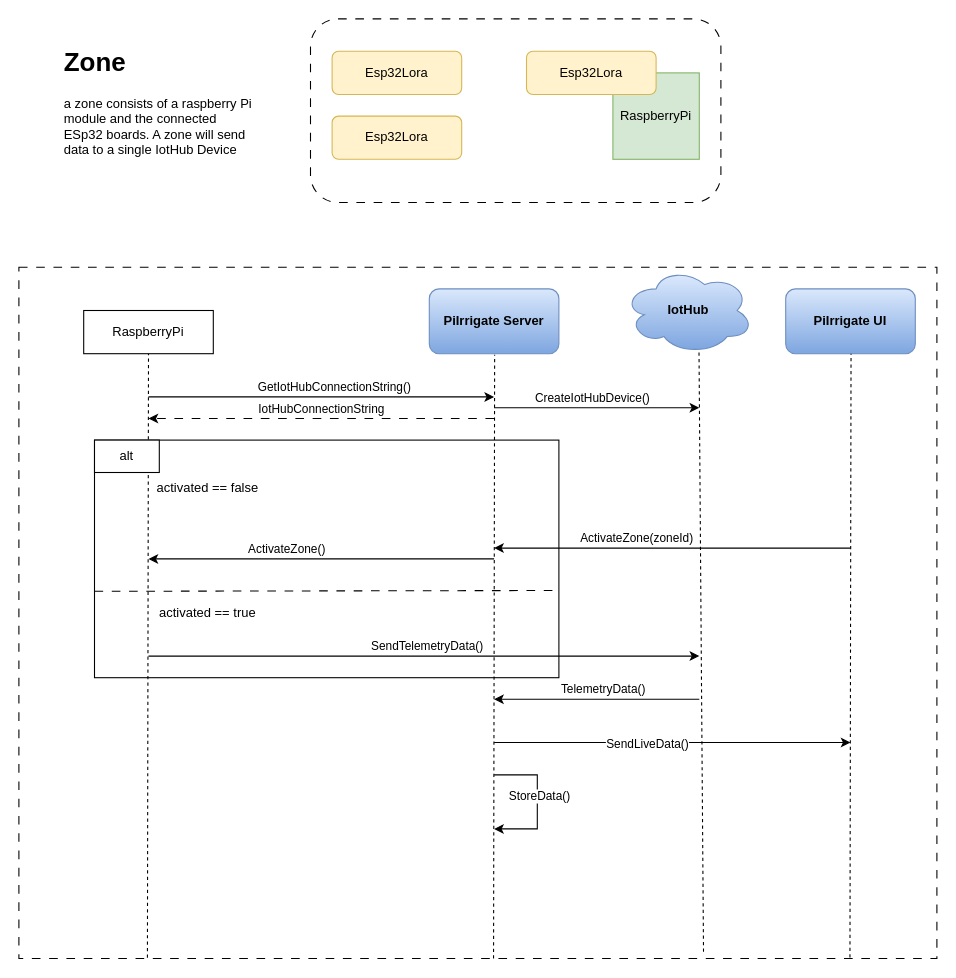
This is page "ZoneRegistration" (2 of 5) of Design/design.drawio from crisanalex08/PiIrrigate, a draw.io file, before an edit. Source tidied: cells renumbered, new cells numbered last; positions are measured from the earlier drawing's top-left corner, leaving out a move shared by most shapes. Both pictures are drawn from the tidied source at 108%, with x=0, y=0 at pixel (18, 18).
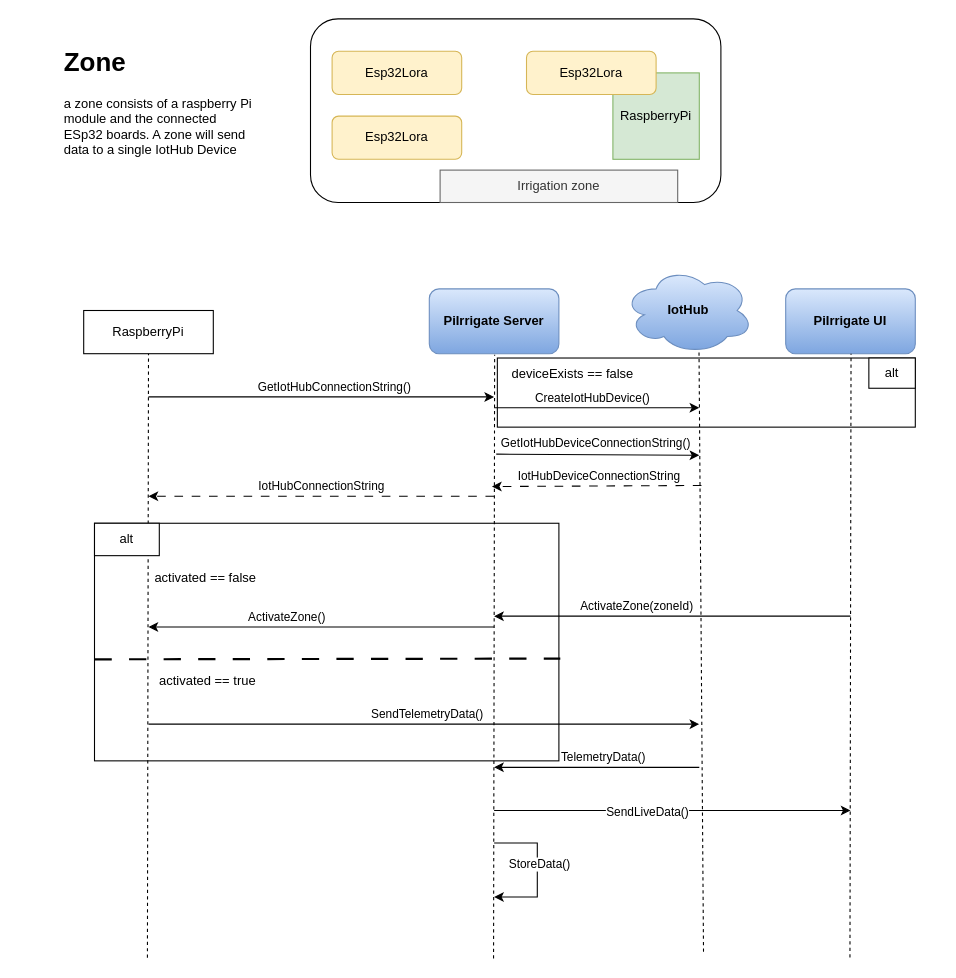
The same diagram, later.

The change refers to these unchanged cells:
```xml
<mxCell id="10" value="RaspberryPi" style="rounded=0;whiteSpace=wrap;html=1;" parent="1" vertex="1">
  <mxGeometry x="60" y="270" width="120" height="40" as="geometry" />
</mxCell>
```

What changed in the source:
```diff
@@
-    <mxCell id="2" style="rounded=0;whiteSpace=wrap;html=1;dashed=1;dashPattern=8 8;fillColor=none;" parent="1" vertex="1">
-      <mxGeometry y="230" width="850" height="640" as="geometry" />
-    </mxCell>
     <mxCell id="3" style="rounded=0;whiteSpace=wrap;html=1;fillColor=none;" parent="1" vertex="1">
-      <mxGeometry x="70" y="390" width="430" height="220" as="geometry" />
+      <mxGeometry x="70" y="467" width="430" height="220" as="geometry" />
     </mxCell>
-    <mxCell id="4" style="rounded=1;whiteSpace=wrap;html=1;dashed=1;dashPattern=8 8;gradientColor=default;fillColor=none;" parent="1" vertex="1">
+    <mxCell id="4" style="rounded=1;whiteSpace=wrap;html=1;gradientColor=default;fillColor=none;" parent="1" vertex="1">
       <mxGeometry x="270" width="380" height="170" as="geometry" />
     </mxCell>
@@
-    <mxCell id="11" style="endArrow=none;dashed=1;html=1;rounded=0;entryX=0.5;entryY=1;entryDx=0;entryDy=0;exitX=0.14;exitY=0.999;exitDx=0;exitDy=0;exitPerimeter=0;" parent="1" edge="1" source="2" target="10">
-      <mxGeometry relative="1" as="geometry" />
+    <mxCell id="11" style="endArrow=none;dashed=1;html=1;rounded=0;entryX=0.5;entryY=1;entryDx=0;entryDy=0;exitX=0.14;exitY=0.999;exitDx=0;exitDy=0;exitPerimeter=0;" parent="1" edge="1" target="10">
+      <mxGeometry relative="1" as="geometry">
+        <mxPoint x="119" y="869.4" as="sourcePoint" />
+      </mxGeometry>
     </mxCell>
@@
     <mxCell id="16" style="endArrow=classic;html=1;rounded=0;dashed=1;dashPattern=8 8;" parent="1" edge="1">
       <mxGeometry relative="1" as="geometry">
-        <mxPoint x="440" y="370" as="sourcePoint" />
-        <mxPoint x="120" y="370" as="targetPoint" />
+        <mxPoint x="440" y="442" as="sourcePoint" />
+        <mxPoint x="120" y="442" as="targetPoint" />
       </mxGeometry>
     </mxCell>
@@
     <mxCell id="20" style="endArrow=classic;html=1;rounded=0;" parent="1" edge="1">
       <mxGeometry relative="1" as="geometry">
-        <mxPoint x="770" y="490" as="sourcePoint" />
-        <mxPoint x="440" y="490" as="targetPoint" />
+        <mxPoint x="770" y="553" as="sourcePoint" />
+        <mxPoint x="440" y="553" as="targetPoint" />
       </mxGeometry>
     </mxCell>
@@
     <mxCell id="22" value="alt" style="rounded=0;whiteSpace=wrap;html=1;" parent="1" vertex="1">
-      <mxGeometry x="70" y="390" width="60" height="30" as="geometry" />
+      <mxGeometry x="70" y="467" width="60" height="30" as="geometry" />
     </mxCell>
     <mxCell id="23" value="activated == false" style="text;html=1;align=center;verticalAlign=middle;whiteSpace=wrap;rounded=0;" parent="1" vertex="1">
-      <mxGeometry x="120" y="420" width="110" height="30" as="geometry" />
+      <mxGeometry x="118" y="503" width="110" height="30" as="geometry" />
     </mxCell>
-    <mxCell id="24" style="endArrow=none;dashed=1;html=1;rounded=0;entryX=1.003;entryY=0.633;entryDx=0;entryDy=0;entryPerimeter=0;dashPattern=8 8;" parent="1" edge="1" target="3">
+    <mxCell id="24" style="endArrow=none;dashed=1;html=1;rounded=0;entryX=1.003;entryY=0.633;entryDx=0;entryDy=0;entryPerimeter=0;dashPattern=8 8;strokeWidth=2;" parent="1" edge="1">
       <mxGeometry relative="1" as="geometry">
-        <mxPoint x="70" y="530" as="sourcePoint" />
+        <mxPoint x="70" y="593" as="sourcePoint" />
+        <mxPoint x="501.3" y="592.3" as="targetPoint" />
       </mxGeometry>
     </mxCell>
     <mxCell id="25" value="activated == true" style="text;html=1;align=center;verticalAlign=middle;whiteSpace=wrap;rounded=0;" parent="1" vertex="1">
-      <mxGeometry x="120" y="535" width="110" height="30" as="geometry" />
+      <mxGeometry x="120" y="598" width="110" height="30" as="geometry" />
     </mxCell>
     <mxCell id="26" style="endArrow=classic;html=1;rounded=0;" parent="1" edge="1">
       <mxGeometry relative="1" as="geometry">
-        <mxPoint x="120" y="590" as="sourcePoint" />
-        <mxPoint x="630" y="590" as="targetPoint" />
+        <mxPoint x="120" y="653" as="sourcePoint" />
+        <mxPoint x="630" y="653" as="targetPoint" />
       </mxGeometry>
     </mxCell>
@@
     <mxCell id="32" style="endArrow=classic;html=1;rounded=0;" parent="1" edge="1">
       <mxGeometry relative="1" as="geometry">
-        <mxPoint x="630" y="630" as="sourcePoint" />
-        <mxPoint x="440" y="630" as="targetPoint" />
+        <mxPoint x="630" y="693" as="sourcePoint" />
+        <mxPoint x="440" y="693" as="targetPoint" />
       </mxGeometry>
     </mxCell>
@@
     <mxCell id="34" style="endArrow=classic;html=1;rounded=0;" parent="1" edge="1">
       <mxGeometry relative="1" as="geometry">
-        <mxPoint x="440" y="670" as="sourcePoint" />
-        <mxPoint x="770" y="670" as="targetPoint" />
+        <mxPoint x="440" y="733" as="sourcePoint" />
+        <mxPoint x="770" y="733" as="targetPoint" />
       </mxGeometry>
     </mxCell>
@@
     <mxCell id="36" style="endArrow=classic;html=1;rounded=0;" parent="1" edge="1">
       <mxGeometry relative="1" as="geometry">
-        <mxPoint x="440" y="700" as="sourcePoint" />
-        <mxPoint x="440" y="750" as="targetPoint" />
+        <mxPoint x="440" y="763" as="sourcePoint" />
+        <mxPoint x="440" y="813" as="targetPoint" />
         <Array as="points">
-          <mxPoint x="480" y="700" />
-          <mxPoint x="480" y="750" />
+          <mxPoint x="480" y="763" />
+          <mxPoint x="480" y="813" />
         </Array>
       </mxGeometry>
     </mxCell>
@@
     <mxCell id="38" style="endArrow=classic;html=1;rounded=0;" parent="1" edge="1">
       <mxGeometry relative="1" as="geometry">
-        <mxPoint x="440" y="500" as="sourcePoint" />
-        <mxPoint x="120" y="500" as="targetPoint" />
+        <mxPoint x="440" y="563" as="sourcePoint" />
+        <mxPoint x="120" y="563" as="targetPoint" />
       </mxGeometry>
     </mxCell>
@@
+    <mxCell id="40" value="Irrigation zone" style="text;html=1;align=center;verticalAlign=middle;whiteSpace=wrap;rounded=0;fillColor=#f5f5f5;strokeColor=#666666;fontColor=#333333;" parent="1" vertex="1">
+      <mxGeometry x="390" y="140" width="220" height="30" as="geometry" />
+    </mxCell>
+    <mxCell id="41" style="rounded=0;whiteSpace=wrap;html=1;fillColor=none;" parent="1" vertex="1">
+      <mxGeometry x="443" y="314" width="387" height="64" as="geometry" />
+    </mxCell>
+    <mxCell id="42" value="alt" style="rounded=0;whiteSpace=wrap;html=1;" parent="1" vertex="1">
+      <mxGeometry x="787" y="314" width="43" height="28" as="geometry" />
+    </mxCell>
+    <mxCell id="43" value="deviceExists == false" style="text;html=1;align=center;verticalAlign=middle;whiteSpace=wrap;rounded=0;" parent="1" vertex="1">
+      <mxGeometry x="443" y="314" width="140" height="30" as="geometry" />
+    </mxCell>
+    <mxCell id="44" style="endArrow=classic;html=1;rounded=0;dashed=1;dashPattern=8 8;" parent="1" edge="1">
+      <mxGeometry relative="1" as="geometry">
+        <mxPoint x="632" y="432" as="sourcePoint" />
+        <mxPoint x="438" y="433" as="targetPoint" />
+      </mxGeometry>
+    </mxCell>
+    <mxCell id="45" value="IotHubDeviceConnectionString" style="edgeLabel;html=1;align=center;verticalAlign=middle;" parent="44" vertex="1">
+      <mxGeometry x="-0.05" y="-1" relative="1" as="geometry">
+        <mxPoint x="-3" y="-9" as="offset" />
+      </mxGeometry>
+    </mxCell>
+    <mxCell id="46" style="endArrow=classic;html=1;rounded=0;" parent="1" edge="1">
+      <mxGeometry relative="1" as="geometry">
+        <mxPoint x="442" y="403" as="sourcePoint" />
+        <mxPoint x="630" y="404" as="targetPoint" />
+      </mxGeometry>
+    </mxCell>
+    <mxCell id="47" value="GetIotHubDeviceConnectionString()" style="edgeLabel;html=1;align=center;verticalAlign=middle;" parent="46" vertex="1">
+      <mxGeometry x="0.5" y="-1" relative="1" as="geometry">
+        <mxPoint x="-49" y="-12" as="offset" />
+      </mxGeometry>
+    </mxCell>
```
